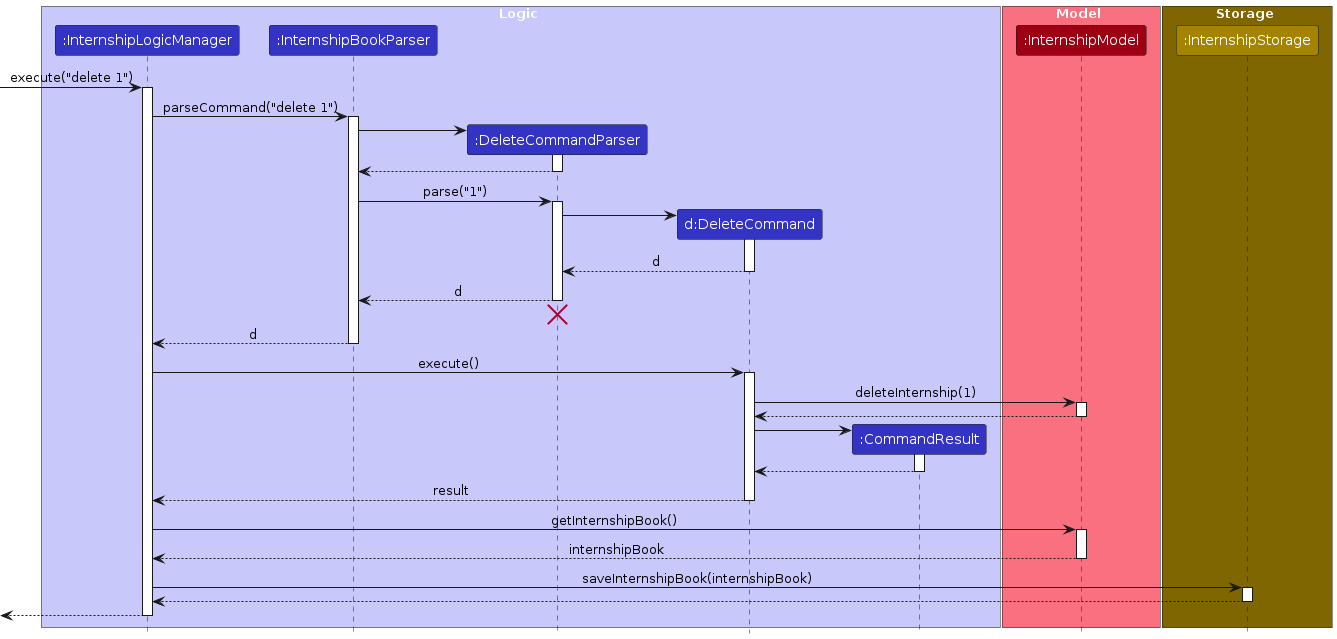
AY2324S1-CS2103T-W17-1/tp keeps this PlantUML diagram as diagrams/DeleteSequenceDiagram.png. Above is the earlier version. Its source is kept beside it as diagrams/DeleteSequenceDiagram.puml.
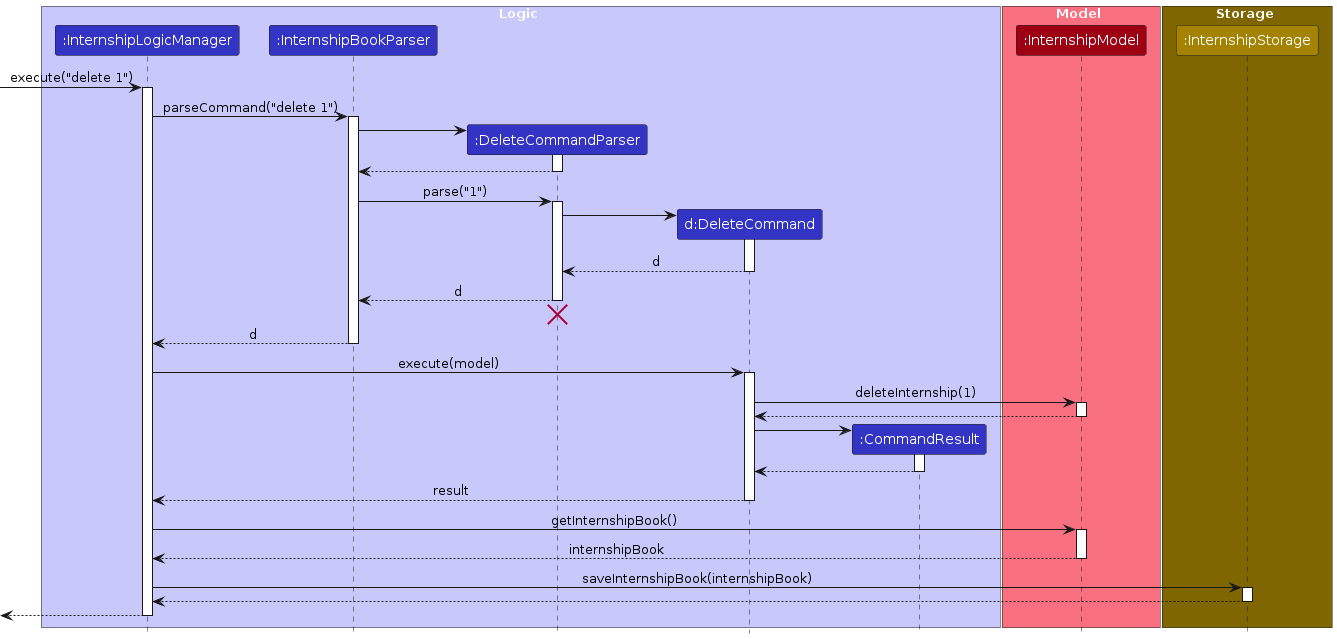
Above is the later version.

The edit, as a diff of the source:
```diff
@@ -49,7 +49,7 @@
 InternshipBookParser --> InternshipLogicManager : d
 deactivate InternshipBookParser
 
-InternshipLogicManager -> DeleteCommand : execute()
+InternshipLogicManager -> DeleteCommand : execute(model)
 activate DeleteCommand
 DeleteCommand -> Model : deleteInternship(1)
 activate Model
```
